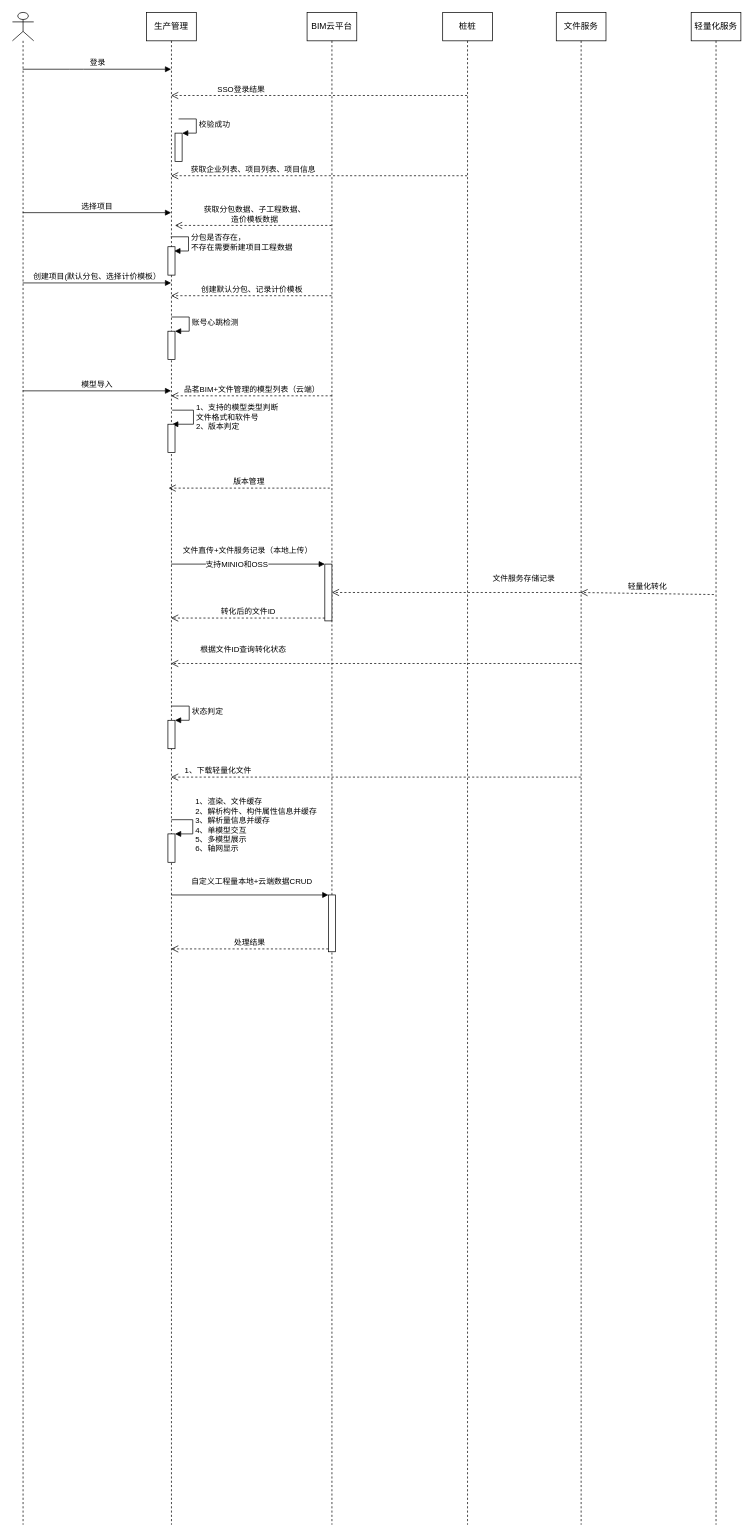
The draw.io diagram BIM云.drawio in fmx0717/uml, before the edit. Source tidied: cells renumbered, new cells numbered last; positions are measured from the earlier drawing's top-left corner, leaving out a move shared by most shapes. Both pictures are drawn from the tidied source at 71%, with x=0, y=0 at pixel (12, 12).
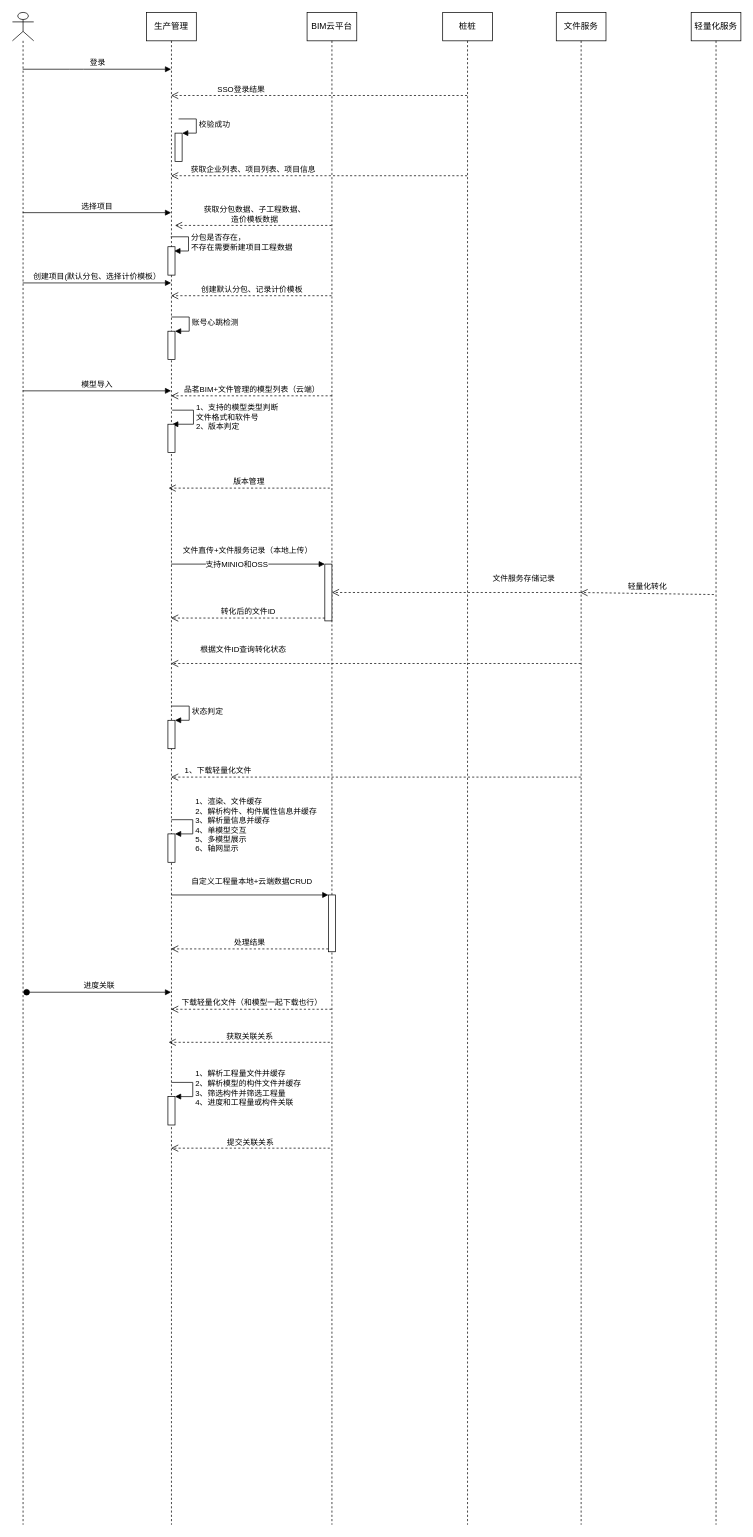
After the change.

Unchanged cells that the change refers to:
```xml
<mxCell id="2" style="group;" parent="1" vertex="1">
  <mxGeometry width="1026" height="2130" as="geometry" />
</mxCell>
<mxCell id="3" style="shape=umlLifeline;participant=umlActor;perimeter=lifelinePerimeter;whiteSpace=wrap;html=1;verticalAlign=top;spacingTop=36;outlineConnect=0;" parent="2" vertex="1">
  <mxGeometry width="30" height="2130" as="geometry" />
</mxCell>
<mxCell id="4" value="生产管理" style="shape=umlLifeline;perimeter=lifelinePerimeter;whiteSpace=wrap;html=1;outlineConnect=0;" parent="2" vertex="1">
  <mxGeometry x="189" width="70" height="2130" as="geometry" />
</mxCell>
<mxCell id="15" value="BIM云平台" style="shape=umlLifeline;perimeter=lifelinePerimeter;whiteSpace=wrap;html=1;outlineConnect=0;" parent="2" vertex="1">
  <mxGeometry x="415" width="70" height="2130" as="geometry" />
</mxCell>
```

What changed in the source:
```diff
@@
+    <mxCell id="42" value="进度关联" style="html=1;verticalAlign=bottom;startArrow=oval;startFill=1;endArrow=block;startSize=8;" parent="3" edge="1" target="4">
+      <mxGeometry relative="1" as="geometry">
+        <mxPoint x="20" y="1380" as="sourcePoint" />
+      </mxGeometry>
+    </mxCell>
@@
+    <mxCell id="43" style="html=1;points=[];perimeter=orthogonalPerimeter;" parent="4" vertex="1">
+      <mxGeometry x="30" y="1527" width="10" height="40" as="geometry" />
+    </mxCell>
+    <mxCell id="44" value="1、解析工程量文件并缓存&lt;br&gt;2、解析模型的构件文件并缓存&lt;br&gt;3、筛选构件并筛选工程量&lt;br&gt;4、进度和工程量或构件关联" style="edgeStyle=orthogonalEdgeStyle;html=1;align=left;spacingLeft=2;endArrow=block;rounded=0;entryX=1;entryY=0;" parent="4" edge="1" target="43">
+      <mxGeometry relative="1" as="geometry">
+        <mxPoint x="35" y="1507" as="sourcePoint" />
+        <Array as="points">
+          <mxPoint x="65" y="1507" />
+        </Array>
+      </mxGeometry>
+    </mxCell>
@@
+    <mxCell id="45" value="下载轻量化文件（和模型一起下载也行）" style="html=1;verticalAlign=bottom;endArrow=open;dashed=1;endSize=8;" parent="2" edge="1">
+      <mxGeometry relative="1" as="geometry">
+        <mxPoint x="449.5" y="1404" as="sourcePoint" />
+        <mxPoint x="223.5" y="1404" as="targetPoint" />
+      </mxGeometry>
+    </mxCell>
+    <mxCell id="46" value="获取关联关系" style="html=1;verticalAlign=bottom;endArrow=open;dashed=1;endSize=8;exitX=0.457;exitY=0.681;exitDx=0;exitDy=0;exitPerimeter=0;entryX=0.443;entryY=0.681;entryDx=0;entryDy=0;entryPerimeter=0;" parent="2" edge="1" source="15" target="4">
+      <mxGeometry relative="1" as="geometry" />
+    </mxCell>
+    <mxCell id="47" value="提交关联关系" style="html=1;verticalAlign=bottom;endArrow=open;dashed=1;endSize=8;exitX=0.457;exitY=0.751;exitDx=0;exitDy=0;exitPerimeter=0;" parent="2" edge="1" source="15" target="4">
+      <mxGeometry relative="1" as="geometry" />
+    </mxCell>
```
